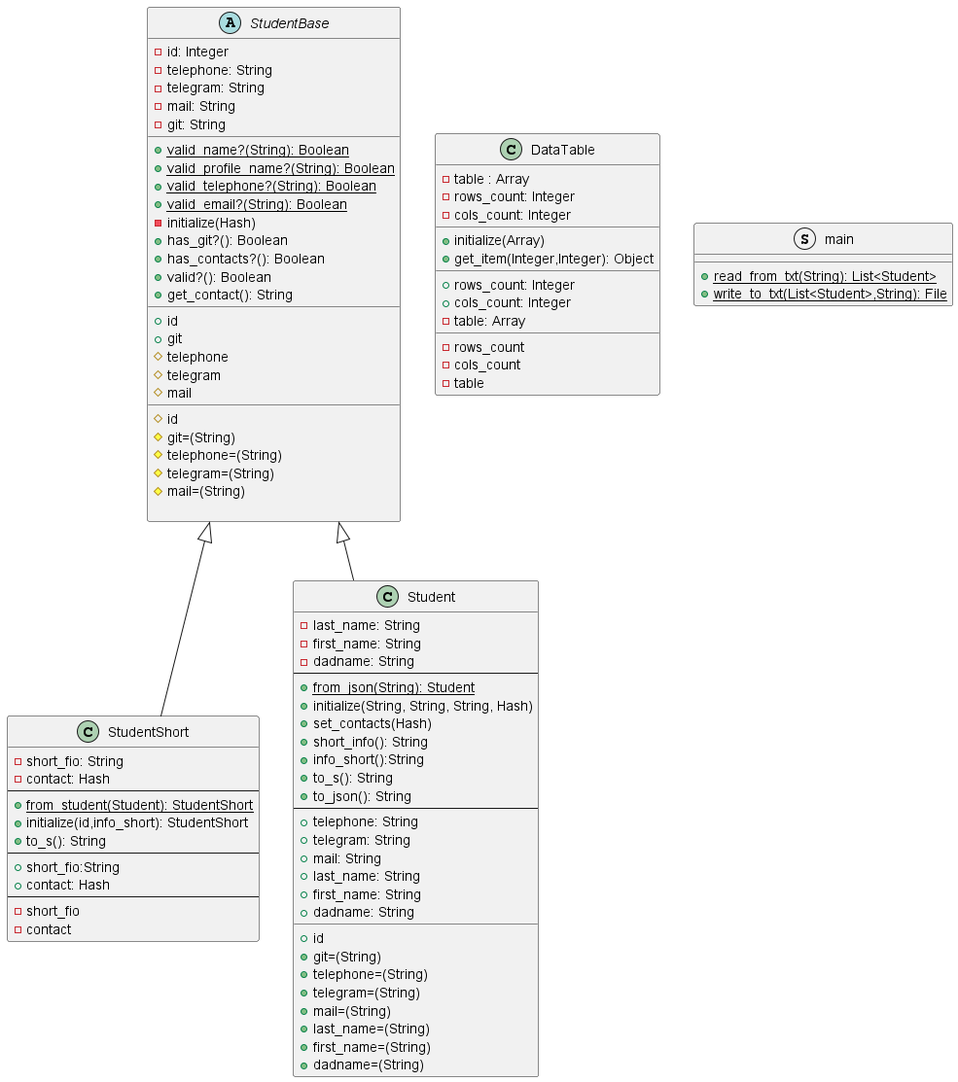
The PlantUML diagram LR2/diagram/StudentClassDiagram.png in KREEAL/RubyLabs, before a commit.
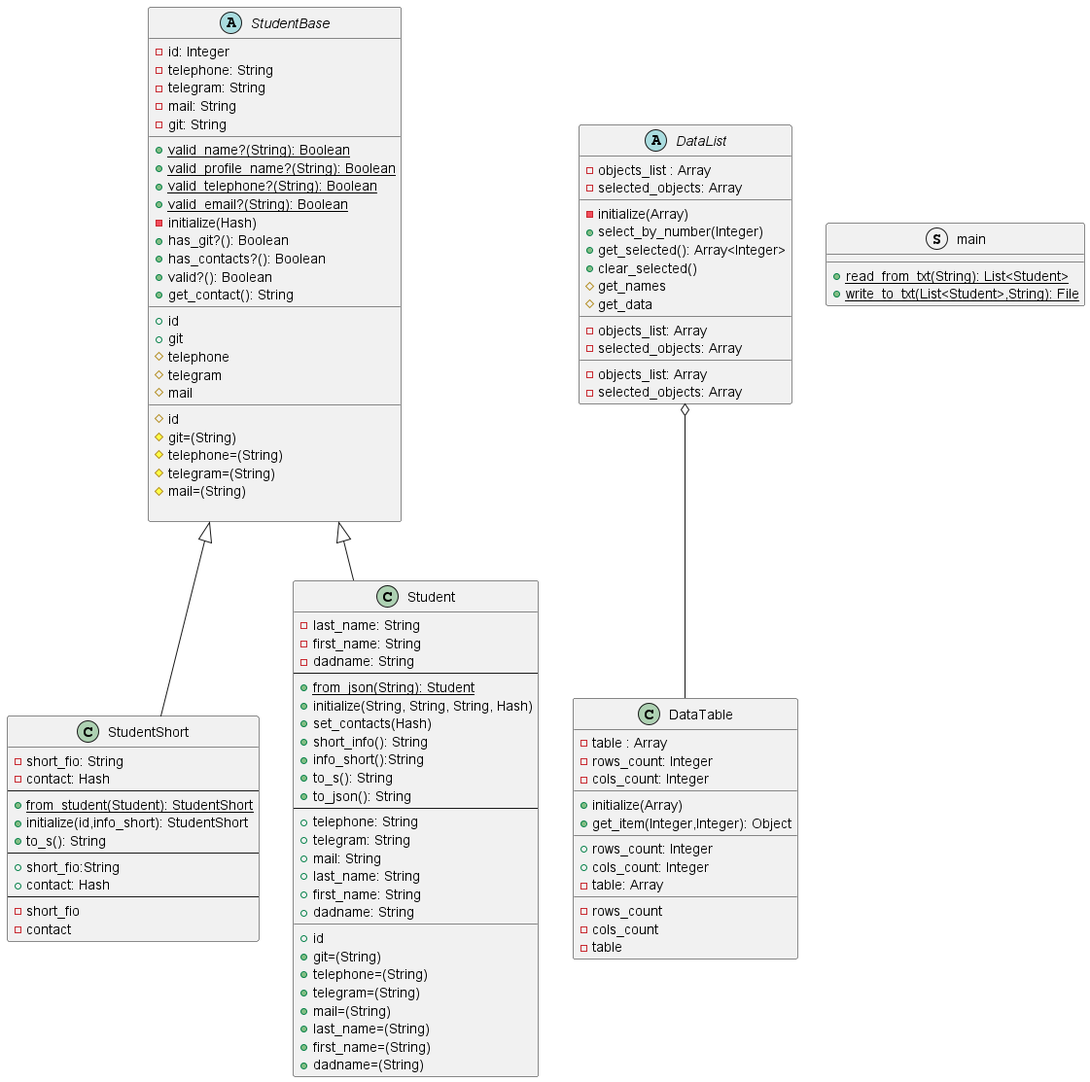
After the change.

Commit message:
Класс абстрактный. Добавлены методы работы с selected объектами. Добавлены два абстрактных метода.

What changed in the source:
```diff
@@ -89,9 +89,28 @@
     -cols_count
     -table
 }
+abstract class DataList{
+    -objects_list : Array
+    -selected_objects: Array
+    __
+    -initialize(Array)
+    +select_by_number(Integer)
+    +get_selected(): Array<Integer>
+    +clear_selected()
+    #get_names
+    #get_data
+    __
+    -objects_list: Array
+    -selected_objects: Array
+    __
+    -objects_list: Array
+    -selected_objects: Array
+}
 
 struct main {
     +{static}read_from_txt(String): List<Student>
     +{static}write_to_txt(List<Student>,String): File
 }
+
+DataList o-- DataTable
 @enduml
```
